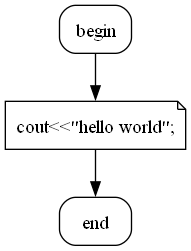
The Graphviz diagram public/images/code.png in khoibut/algorithm-visualizer, before a commit. Its source is kept beside it as controller/code.dot.
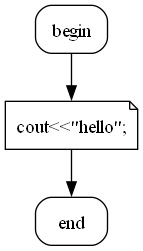
Above is the later version.

Diff of the diagram source:
```diff
@@ -2,7 +2,7 @@
 graph [splines=polyline];
 D0 [shape=box, style=rounded, label="begin"];
 {rank = sink; D1 [shape=box, style=rounded, label="end"];}
-D4 [shape=note, label="cout<<\"hello world\";"];
+D4 [shape=note, label="cout<<\"hello\";"];
 D4 -> D1;
 D0 -> D4;
 }
```
